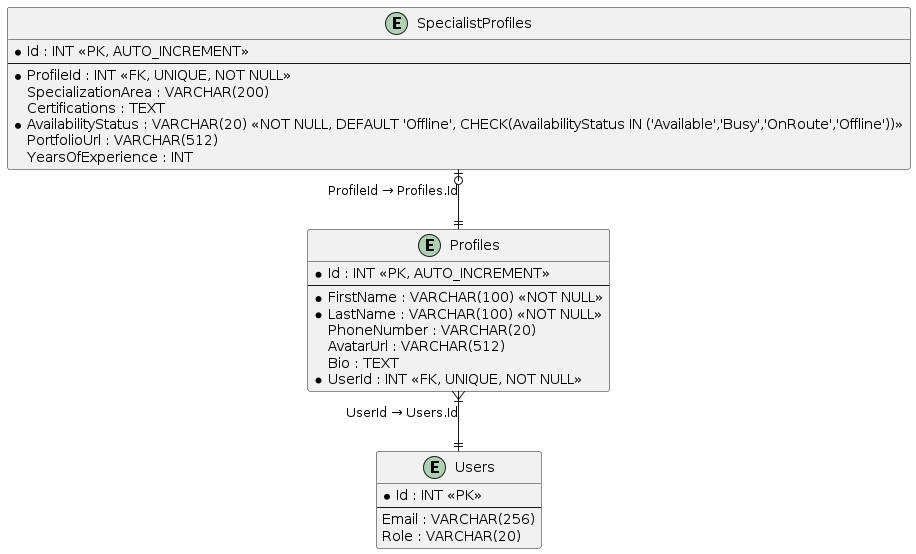
This is report/assets/database-design-diagrams/profile-and-asset-management-bounded-context-database-diagram.png from upc-pre-1asi0729-11848-arcadiadevs/viora-report, a PlantUML export, as it was before one commit.
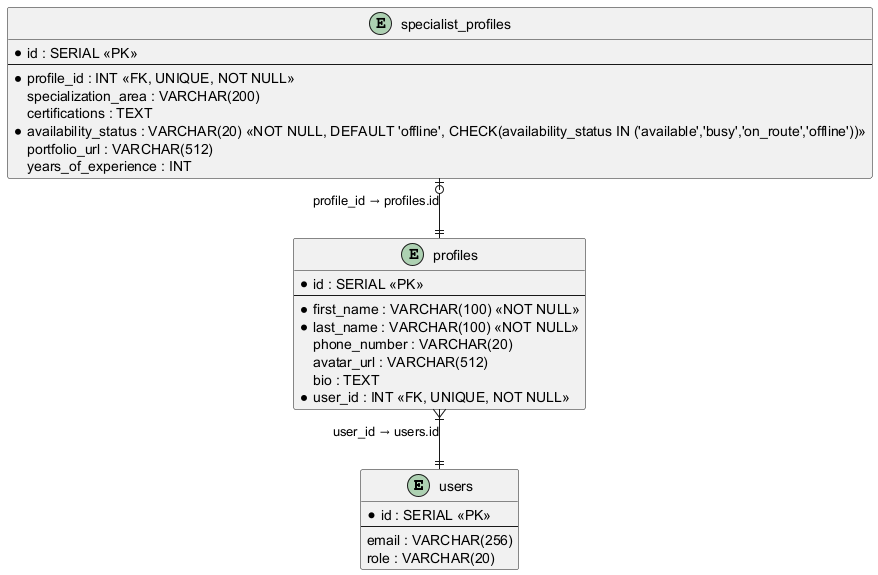
Later version of the same file.

The edit, as a diff of the source:
```diff
@@ -2,35 +2,36 @@
 skinparam linetype ortho
 skinparam roundcorner 5
 
-entity "Users" as users {
-    * Id : INT <<PK>>
+entity "users" as users {
+    * id : SERIAL <<PK>>
     --
-    Email : VARCHAR(256)
-    Role : VARCHAR(20)
+    email : VARCHAR(256)
+    role : VARCHAR(20)
 }
 
-entity "Profiles" as profiles {
-    * Id : INT <<PK, AUTO_INCREMENT>>
+entity "profiles" as profiles {
+    * id : SERIAL <<PK>>
     --
-    * FirstName : VARCHAR(100) <<NOT NULL>>
-    * LastName : VARCHAR(100) <<NOT NULL>>
-    PhoneNumber : VARCHAR(20)
-    AvatarUrl : VARCHAR(512)
-    Bio : TEXT
-    * UserId : INT <<FK, UNIQUE, NOT NULL>>
+    * first_name : VARCHAR(100) <<NOT NULL>>
+    * last_name : VARCHAR(100) <<NOT NULL>>
+    phone_number : VARCHAR(20)
+    avatar_url : VARCHAR(512)
+    bio : TEXT
+    * user_id : INT <<FK, UNIQUE, NOT NULL>>
 }
 
-entity "SpecialistProfiles" as specialist_profiles {
-    * Id : INT <<PK, AUTO_INCREMENT>>
+entity "specialist_profiles" as specialist_profiles {
+    * id : SERIAL <<PK>>
     --
-    * ProfileId : INT <<FK, UNIQUE, NOT NULL>>
-    SpecializationArea : VARCHAR(200)
-    Certifications : TEXT
-    * AvailabilityStatus : VARCHAR(20) <<NOT NULL, DEFAULT 'Offline', CHECK(AvailabilityStatus IN ('Available','Busy','OnRoute','Offline'))>>
-    PortfolioUrl : VARCHAR(512)
-    YearsOfExperience : INT
+    * profile_id : INT <<FK, UNIQUE, NOT NULL>>
+    specialization_area : VARCHAR(200)
+    certifications : TEXT
+    * availability_status : VARCHAR(20) <<NOT NULL, DEFAULT 'offline', CHECK(availability_status IN ('available','busy','on_route','offline'))>>
+    portfolio_url : VARCHAR(512)
+    years_of_experience : INT
 }
 
-profiles }|--|| users : "UserId → Users.Id"
-specialist_profiles |o--|| profiles : "ProfileId → Profiles.Id"
+profiles }|--|| users : "user_id → users.id"
+specialist_profiles |o--|| profiles : "profile_id → profiles.id"
+
 @enduml
```
